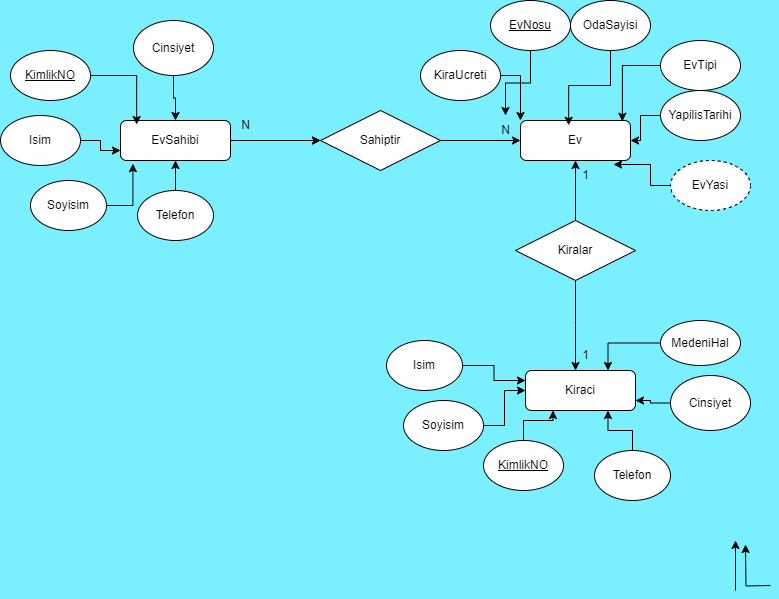
Earlier version of the draw.io export Başlıksız Diyagram.drawio.png (Baki187/Veri-Organizsayonu). Source tidied: cells renumbered, new cells last; positions are measured from the earlier drawing's top-left corner, leaving out a move shared by most shapes.
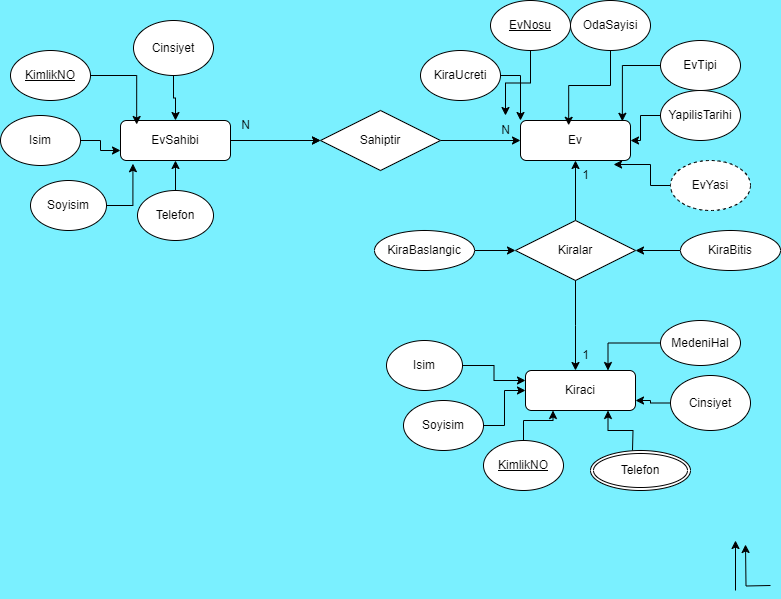
Later version of the same file.

Diff of the diagram source:
```diff
@@ -92,12 +92,11 @@
         <mxPoint x="735" y="540" as="targetPoint" />
       </mxGeometry>
     </mxCell>
-    <mxCell id="31" style="edgeStyle=orthogonalEdgeStyle;rounded=0;jettySize=auto;html=1;entryX=0.75;entryY=1;entryDx=0;entryDy=0;" parent="1" edge="1" source="32" target="6">
-      <mxGeometry relative="1" as="geometry" />
+    <mxCell id="31" style="edgeStyle=orthogonalEdgeStyle;rounded=0;jettySize=auto;html=1;entryX=0.75;entryY=1;entryDx=0;entryDy=0;" parent="1" edge="1" target="6">
+      <mxGeometry relative="1" as="geometry">
+        <mxPoint x="632" y="450" as="sourcePoint" />
+      </mxGeometry>
     </mxCell>
-    <mxCell id="32" value="Telefon" style="ellipse;whiteSpace=wrap;html=1;" parent="1" vertex="1">
-      <mxGeometry x="594" y="450" width="76" height="50" as="geometry" />
-    </mxCell>
     <mxCell id="33" style="edgeStyle=orthogonalEdgeStyle;rounded=0;orthogonalLoop=1;jettySize=auto;html=1;entryX=0.86;entryY=1.1;entryDx=0;entryDy=0;entryPerimeter=0;" parent="1" edge="1">
       <mxGeometry relative="1" as="geometry">
         <mxPoint x="770" y="585" as="sourcePoint" />
@@ -160,5 +159,20 @@
         <mxPoint x="575" y="370" as="targetPoint" />
       </mxGeometry>
     </mxCell>
+    <mxCell id="32" value="Telefon" style="ellipse;shape=doubleEllipse;margin=3;whiteSpace=wrap;html=1;align=center;" parent="1" vertex="1">
+      <mxGeometry x="590" y="450" width="100" height="40" as="geometry" />
+    </mxCell>
+    <mxCell id="52" style="edgeStyle=orthogonalEdgeStyle;rounded=0;jettySize=auto;html=1;entryX=0;entryY=0.5;entryDx=0;entryDy=0;" parent="1" edge="1" source="53" target="43">
+      <mxGeometry relative="1" as="geometry" />
+    </mxCell>
+    <mxCell id="53" value="KiraBaslangic" style="ellipse;whiteSpace=wrap;html=1;align=center;" parent="1" vertex="1">
+      <mxGeometry x="374" y="230" width="100" height="40" as="geometry" />
+    </mxCell>
+    <mxCell id="54" style="edgeStyle=orthogonalEdgeStyle;rounded=0;jettySize=auto;html=1;entryX=1;entryY=0.5;entryDx=0;entryDy=0;" parent="1" edge="1" source="55" target="43">
+      <mxGeometry relative="1" as="geometry" />
+    </mxCell>
+    <mxCell id="55" value="KiraBitis" style="ellipse;whiteSpace=wrap;html=1;align=center;" parent="1" vertex="1">
+      <mxGeometry x="680" y="230" width="100" height="40" as="geometry" />
+    </mxCell>
   </root>
 </mxGraphModel>
```
